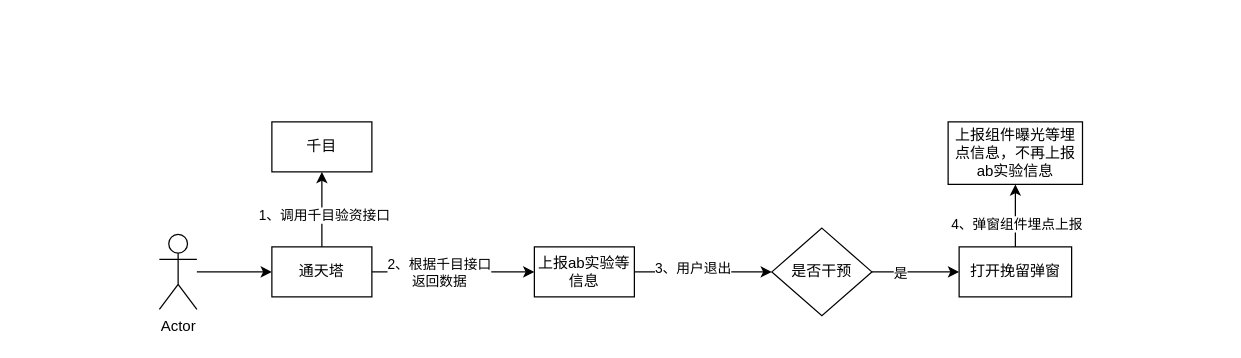
The draw.io diagram 挽留弹窗ab实验.drawio in BlankKelly/diagrams, before the edit. Source tidied: cells renumbered, new cells numbered last; positions are measured from the earlier drawing's top-left corner, leaving out a move shared by most shapes. Both pictures are drawn from the tidied source at 125%, with x=0, y=0 at pixel (159, 121).
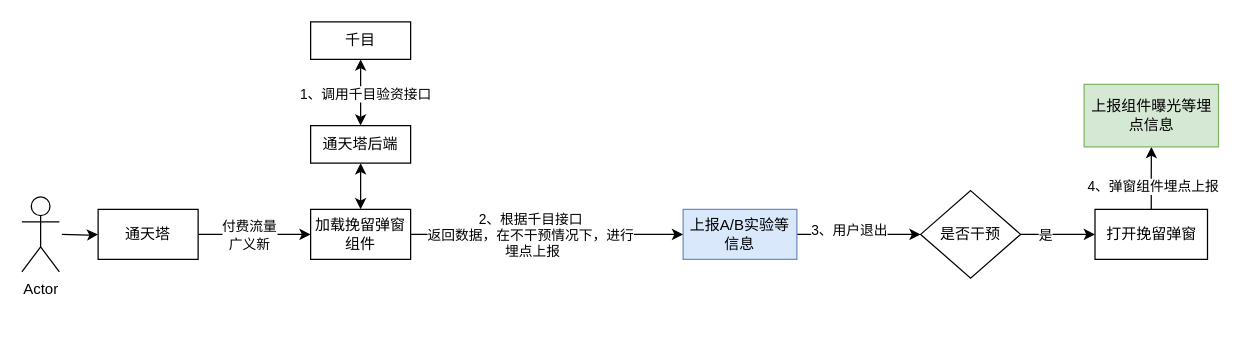
Above is the later version.

Commit message:
更新挽留弹窗ab实验.drawio

Change to the diagram source:
```diff
@@
-    <mxCell id="2" style="edgeStyle=orthogonalEdgeStyle;rounded=0;jettySize=auto;html=1;" parent="1" edge="1" source="3" target="8">
-      <mxGeometry relative="1" as="geometry" />
+    <mxCell id="2" style="edgeStyle=orthogonalEdgeStyle;rounded=0;jettySize=auto;html=1;" parent="1" edge="1" target="8">
+      <mxGeometry relative="1" as="geometry">
+        <mxPoint x="-78" y="90" as="sourcePoint" />
+      </mxGeometry>
     </mxCell>
     <mxCell id="3" value="Actor" style="shape=umlActor;verticalLabelPosition=bottom;verticalAlign=top;html=1;outlineConnect=0;" parent="1" vertex="1">
-      <mxGeometry y="90" width="30" height="60" as="geometry" />
+      <mxGeometry x="-110" y="60" width="30" height="60" as="geometry" />
     </mxCell>
-    <mxCell id="4" style="edgeStyle=orthogonalEdgeStyle;rounded=0;jettySize=auto;html=1;" parent="1" edge="1" source="8" target="9">
-      <mxGeometry relative="1" as="geometry" />
-    </mxCell>
-    <mxCell id="5" value="1、调用千目验资接口" style="edgeLabel;html=1;align=center;verticalAlign=middle;" parent="4" vertex="1">
-      <mxGeometry x="-0.13" y="-1" relative="1" as="geometry" />
-    </mxCell>
-    <mxCell id="6" style="edgeStyle=orthogonalEdgeStyle;rounded=0;jettySize=auto;html=1;" parent="1" edge="1" source="8" target="12">
-      <mxGeometry relative="1" as="geometry" />
-    </mxCell>
-    <mxCell id="7" value="2、根据千目接口&lt;br&gt;返回数据" style="edgeLabel;html=1;align=center;verticalAlign=middle;" parent="6" vertex="1">
-      <mxGeometry x="-0.37" relative="1" as="geometry">
-        <mxPoint x="12" as="offset" />
-      </mxGeometry>
-    </mxCell>
+    <mxCell id="20" style="edgeStyle=orthogonalEdgeStyle;rounded=0;jettySize=auto;html=1;" parent="1" edge="1" source="8" target="25">
+      <mxGeometry relative="1" as="geometry" />
+    </mxCell>
+    <mxCell id="21" value="付费流量&lt;br&gt;广义新" style="edgeLabel;html=1;align=center;verticalAlign=middle;" parent="20" vertex="1">
+      <mxGeometry x="0.09" y="3" relative="1" as="geometry">
+        <mxPoint x="-9" y="3" as="offset" />
+      </mxGeometry>
+    </mxCell>
     <mxCell id="8" value="通天塔" style="rounded=0;whiteSpace=wrap;html=1;" parent="1" vertex="1">
-      <mxGeometry x="90" y="100" width="80" height="40" as="geometry" />
+      <mxGeometry x="-49" y="70" width="80" height="40" as="geometry" />
     </mxCell>
-    <mxCell id="9" value="千目" style="rounded=0;whiteSpace=wrap;html=1;" parent="1" vertex="1">
-      <mxGeometry x="90" width="80" height="40" as="geometry" />
-    </mxCell>
@@
-    <mxCell id="12" value="上报ab实验等信息" style="rounded=0;whiteSpace=wrap;html=1;" parent="1" vertex="1">
-      <mxGeometry x="300" y="100" width="80" height="40" as="geometry" />
+    <mxCell id="12" value="上报A/B实验等信息" style="rounded=0;whiteSpace=wrap;html=1;fillColor=#dae8fc;strokeColor=#6c8ebf;" parent="1" vertex="1">
+      <mxGeometry x="419" y="70" width="91" height="40" as="geometry" />
     </mxCell>
-    <mxCell id="13" style="edgeStyle=orthogonalEdgeStyle;rounded=0;jettySize=auto;html=1;" parent="1" edge="1" source="15" target="18">
+    <mxCell id="13" style="edgeStyle=orthogonalEdgeStyle;rounded=0;jettySize=auto;html=1;exitX=1;exitY=0.5;exitDx=0;exitDy=0;" parent="1" edge="1" source="15" target="18">
       <mxGeometry relative="1" as="geometry" />
     </mxCell>
@@
     <mxCell id="15" value="是否干预" style="rhombus;whiteSpace=wrap;html=1;" parent="1" vertex="1">
-      <mxGeometry x="490" y="85" width="80" height="70" as="geometry" />
+      <mxGeometry x="609" y="55" width="80" height="70" as="geometry" />
     </mxCell>
@@
     <mxCell id="18" value="打开挽留弹窗" style="whiteSpace=wrap;html=1;" parent="1" vertex="1">
-      <mxGeometry x="639.8" y="100" width="90" height="40" as="geometry" />
+      <mxGeometry x="748.5" y="70" width="90" height="40" as="geometry" />
     </mxCell>
-    <mxCell id="19" value="上报组件曝光等埋点信息，不再上报ab实验信息" style="whiteSpace=wrap;html=1;" parent="1" vertex="1">
-      <mxGeometry x="631" width="107.5" height="50" as="geometry" />
+    <mxCell id="19" value="上报组件曝光等埋点信息" style="whiteSpace=wrap;html=1;fillColor=#d5e8d4;strokeColor=#82b366;" parent="1" vertex="1">
+      <mxGeometry x="739.8" y="-30" width="107.5" height="50" as="geometry" />
     </mxCell>
+    <mxCell id="22" style="edgeStyle=orthogonalEdgeStyle;rounded=0;jettySize=auto;html=1;startArrow=classic;startFill=1;" parent="1" edge="1" source="25" target="27">
+      <mxGeometry relative="1" as="geometry" />
+    </mxCell>
+    <mxCell id="23" style="edgeStyle=orthogonalEdgeStyle;rounded=0;jettySize=auto;html=1;" parent="1" edge="1" source="25" target="12">
+      <mxGeometry relative="1" as="geometry" />
+    </mxCell>
+    <mxCell id="24" value="2、根据千目接口&lt;br style=&quot;border-color: var(--border-color);&quot;&gt;返回数据，在不干预情况下，进行&lt;br&gt;&amp;nbsp;埋点上报" style="edgeLabel;html=1;align=center;verticalAlign=middle;" parent="23" vertex="1">
+      <mxGeometry x="-0.22" y="-1" relative="1" as="geometry">
+        <mxPoint x="10" y="-1" as="offset" />
+      </mxGeometry>
+    </mxCell>
+    <mxCell id="25" value="加载挽留弹窗组件" style="rounded=0;whiteSpace=wrap;html=1;" parent="1" vertex="1">
+      <mxGeometry x="121" y="70" width="80" height="40" as="geometry" />
+    </mxCell>
+    <mxCell id="26" style="edgeStyle=orthogonalEdgeStyle;rounded=0;jettySize=auto;html=1;startArrow=classic;startFill=1;" parent="1" edge="1" source="27" target="9">
+      <mxGeometry relative="1" as="geometry" />
+    </mxCell>
+    <mxCell id="5" value="1、调用千目验资接口" style="edgeLabel;html=1;align=center;verticalAlign=middle;" parent="26" vertex="1">
+      <mxGeometry x="-0.03" y="-3" relative="1" as="geometry" />
+    </mxCell>
+    <mxCell id="27" value="通天塔后端" style="rounded=0;whiteSpace=wrap;html=1;" parent="1" vertex="1">
+      <mxGeometry x="121" y="3" width="80" height="30" as="geometry" />
+    </mxCell>
+    <mxCell id="9" value="千目" style="rounded=0;whiteSpace=wrap;html=1;" parent="1" vertex="1">
+      <mxGeometry x="121" y="-80" width="80" height="30" as="geometry" />
+    </mxCell>
```
